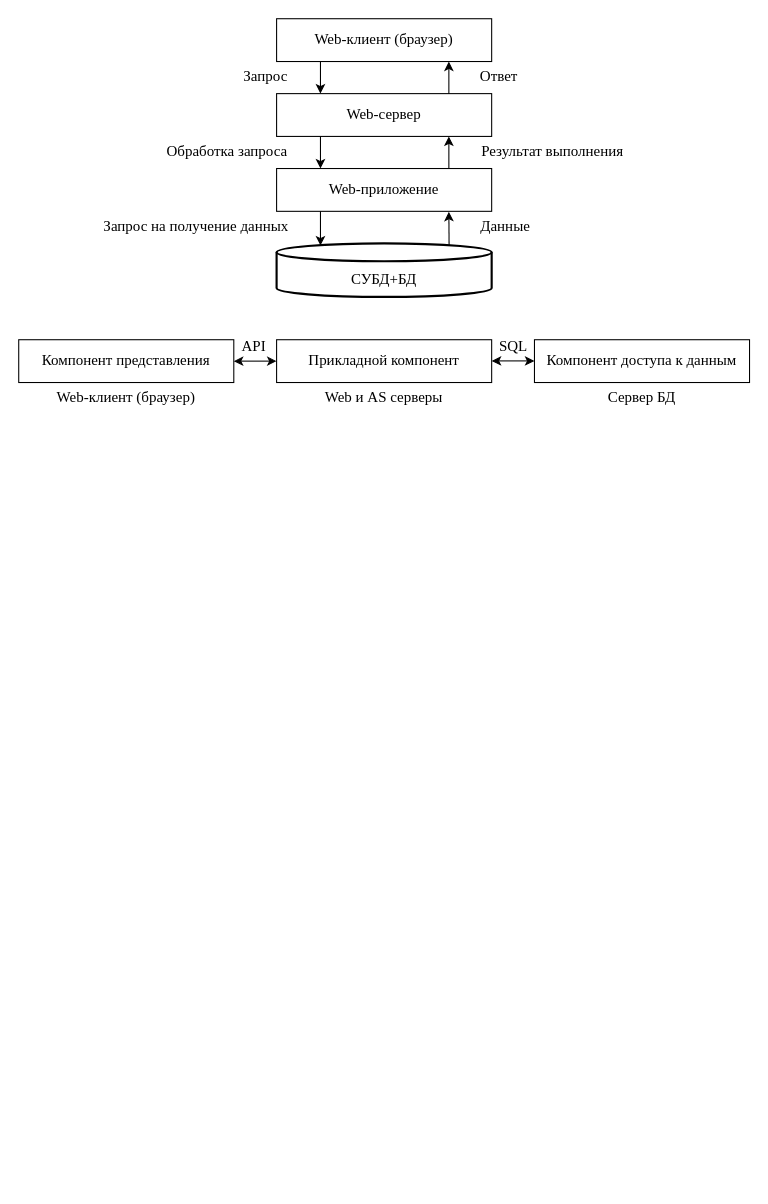
Earlier version of the draw.io diagram Diagrams/Structure.drawio (AlexandrM03/PoSCA-CW). Source tidied: cells renumbered, new cells numbered last; positions are measured from the earlier drawing's top-left corner, leaving out a move shared by most shapes. Both pictures are drawn from the tidied source at 107%, with x=0, y=0 at pixel (18, 18).
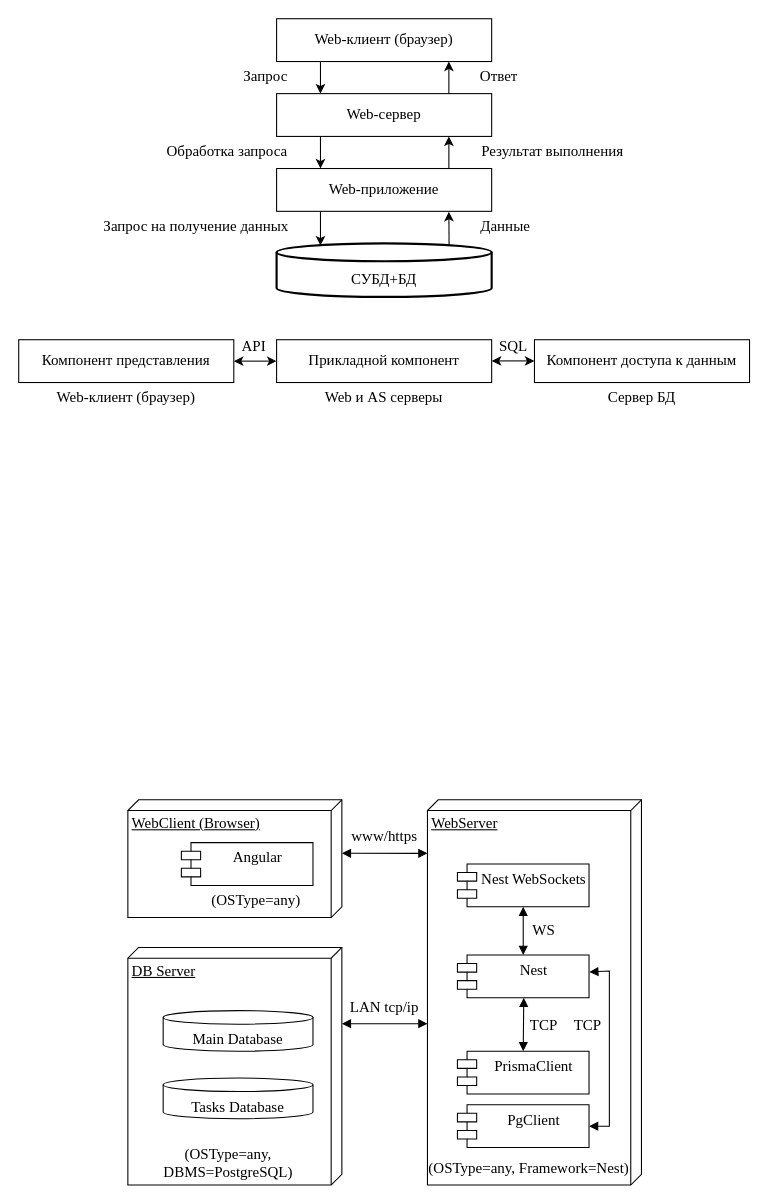
The same diagram, later.

The edit, as a diff of the source:
```diff
@@
+    <mxCell id="28" value="WebClient (Browser)" style="verticalAlign=top;align=left;spacingTop=8;spacingLeft=2;spacingRight=12;shape=cube;size=10;direction=south;fontStyle=4;html=1;whiteSpace=wrap;fontFamily=Times New Roman;fontSize=14;" parent="1" vertex="1">
+      <mxGeometry x="102" y="730" width="200" height="110" as="geometry" />
+    </mxCell>
+    <mxCell id="29" value="Angular" style="shape=module;align=left;spacingLeft=20;align=center;verticalAlign=top;whiteSpace=wrap;html=1;jettyWidth=18;jettyHeight=8;fontFamily=Times New Roman;fontSize=14;" parent="1" vertex="1">
+      <mxGeometry x="152" y="770" width="123" height="40" as="geometry" />
+    </mxCell>
+    <mxCell id="30" value="(OSType=any)" style="text;html=1;strokeColor=none;fillColor=none;align=center;verticalAlign=middle;whiteSpace=wrap;rounded=0;fontFamily=Times New Roman;fontSize=14;" parent="1" vertex="1">
+      <mxGeometry x="192" y="810" width="60" height="30" as="geometry" />
+    </mxCell>
+    <mxCell id="31" value="WebServer" style="verticalAlign=top;align=left;spacingTop=8;spacingLeft=2;spacingRight=12;shape=cube;size=10;direction=south;fontStyle=4;html=1;whiteSpace=wrap;fontFamily=Times New Roman;fontSize=14;" parent="1" vertex="1">
+      <mxGeometry x="382" y="730" width="200" height="360" as="geometry" />
+    </mxCell>
+    <mxCell id="32" value="Nest" style="shape=module;align=left;spacingLeft=20;align=center;verticalAlign=top;whiteSpace=wrap;html=1;jettyWidth=18;jettyHeight=8;fontFamily=Times New Roman;fontSize=14;" parent="1" vertex="1">
+      <mxGeometry x="410" y="875" width="123" height="40" as="geometry" />
+    </mxCell>
+    <mxCell id="33" value="Nest WebSockets" style="shape=module;align=left;spacingLeft=20;align=center;verticalAlign=top;whiteSpace=wrap;html=1;jettyWidth=18;jettyHeight=8;fontFamily=Times New Roman;fontSize=14;" parent="1" vertex="1">
+      <mxGeometry x="410" y="790" width="123" height="40" as="geometry" />
+    </mxCell>
+    <mxCell id="34" value="PrismaClient" style="shape=module;align=left;spacingLeft=20;align=center;verticalAlign=top;whiteSpace=wrap;html=1;jettyWidth=18;jettyHeight=8;fontFamily=Times New Roman;fontSize=14;" parent="1" vertex="1">
+      <mxGeometry x="410" y="965" width="123" height="40" as="geometry" />
+    </mxCell>
+    <mxCell id="35" value="PgClient" style="shape=module;align=left;spacingLeft=20;align=center;verticalAlign=top;whiteSpace=wrap;html=1;jettyWidth=18;jettyHeight=8;fontFamily=Times New Roman;fontSize=14;" parent="1" vertex="1">
+      <mxGeometry x="410" y="1015" width="123" height="40" as="geometry" />
+    </mxCell>
+    <mxCell id="36" style="endArrow=block;startArrow=block;endFill=1;startFill=1;html=1;rounded=0;exitX=0.5;exitY=1;exitDx=0;exitDy=0;entryX=0.5;entryY=0;entryDx=0;entryDy=0;fontFamily=Times New Roman;fontSize=14;" parent="1" edge="1" source="33" target="32">
+      <mxGeometry relative="1" as="geometry" />
+    </mxCell>
+    <mxCell id="37" value="WS" style="text;html=1;strokeColor=none;fillColor=none;align=center;verticalAlign=middle;whiteSpace=wrap;rounded=0;fontFamily=Times New Roman;fontSize=14;" parent="1" vertex="1">
+      <mxGeometry x="461" y="838" width="60" height="30" as="geometry" />
+    </mxCell>
+    <mxCell id="38" style="endArrow=block;startArrow=block;endFill=1;startFill=1;html=1;rounded=0;exitX=0.5;exitY=1;exitDx=0;exitDy=0;entryX=0.5;entryY=0;entryDx=0;entryDy=0;fontFamily=Times New Roman;fontSize=14;" parent="1" edge="1" target="34">
+      <mxGeometry relative="1" as="geometry">
+        <mxPoint x="472" y="915" as="sourcePoint" />
+      </mxGeometry>
+    </mxCell>
+    <mxCell id="39" value="TCP" style="text;html=1;strokeColor=none;fillColor=none;align=center;verticalAlign=middle;whiteSpace=wrap;rounded=0;fontFamily=Times New Roman;fontSize=14;" parent="1" vertex="1">
+      <mxGeometry x="461" y="927" width="60" height="30" as="geometry" />
+    </mxCell>
+    <mxCell id="40" style="endArrow=block;startArrow=block;endFill=1;startFill=1;html=1;rounded=0;exitX=1.002;exitY=0.397;exitDx=0;exitDy=0;entryX=1;entryY=0.5;entryDx=0;entryDy=0;fontFamily=Times New Roman;fontSize=14;exitPerimeter=0;" parent="1" edge="1" source="32" target="35">
+      <mxGeometry relative="1" as="geometry">
+        <Array as="points">
+          <mxPoint x="552" y="890" />
+          <mxPoint x="552" y="960" />
+          <mxPoint x="552" y="1035" />
+        </Array>
+      </mxGeometry>
+    </mxCell>
+    <mxCell id="41" value="TCP" style="text;html=1;strokeColor=none;fillColor=none;align=center;verticalAlign=middle;whiteSpace=wrap;rounded=0;fontFamily=Times New Roman;fontSize=14;" parent="1" vertex="1">
+      <mxGeometry x="502" y="927" width="60" height="30" as="geometry" />
+    </mxCell>
+    <mxCell id="42" value="DB Server" style="verticalAlign=top;align=left;spacingTop=8;spacingLeft=2;spacingRight=12;shape=cube;size=10;direction=south;fontStyle=4;html=1;whiteSpace=wrap;fontFamily=Times New Roman;fontSize=14;" parent="1" vertex="1">
+      <mxGeometry x="102" y="868" width="200" height="222" as="geometry" />
+    </mxCell>
+    <mxCell id="43" value="&lt;br&gt;Main Database" style="strokeWidth=1;html=1;shape=mxgraph.flowchart.database;whiteSpace=wrap;fontFamily=Times New Roman;fontSize=14;" parent="1" vertex="1">
+      <mxGeometry x="135" y="927" width="140" height="38" as="geometry" />
+    </mxCell>
+    <mxCell id="44" value="&lt;br&gt;Tasks Database" style="strokeWidth=1;html=1;shape=mxgraph.flowchart.database;whiteSpace=wrap;fontFamily=Times New Roman;fontSize=14;" parent="1" vertex="1">
+      <mxGeometry x="135" y="990" width="140" height="38" as="geometry" />
+    </mxCell>
+    <mxCell id="45" style="endArrow=block;startArrow=block;endFill=1;startFill=1;html=1;rounded=0;exitX=0;exitY=0;exitDx=50;exitDy=0;fontFamily=Times New Roman;fontSize=14;exitPerimeter=0;entryX=0.139;entryY=1;entryDx=0;entryDy=0;entryPerimeter=0;" parent="1" edge="1" source="28" target="31">
+      <mxGeometry relative="1" as="geometry" />
+    </mxCell>
+    <mxCell id="46" style="endArrow=block;startArrow=block;endFill=1;startFill=1;html=1;rounded=0;exitX=0;exitY=0;exitDx=50;exitDy=0;fontFamily=Times New Roman;fontSize=14;exitPerimeter=0;entryX=0.139;entryY=1;entryDx=0;entryDy=0;entryPerimeter=0;" parent="1" edge="1">
+      <mxGeometry relative="1" as="geometry">
+        <mxPoint x="302" y="939.2" as="sourcePoint" />
+        <mxPoint x="382" y="939.2" as="targetPoint" />
+      </mxGeometry>
+    </mxCell>
+    <mxCell id="47" value="(OSType=any, Framework=Nest)" style="text;html=1;strokeColor=none;fillColor=none;align=center;verticalAlign=middle;whiteSpace=wrap;rounded=0;fontFamily=Times New Roman;fontSize=14;" parent="1" vertex="1">
+      <mxGeometry x="382" y="1060" width="190" height="30" as="geometry" />
+    </mxCell>
+    <mxCell id="48" value="(OSType=any, DBMS=PostgreSQL)" style="text;html=1;strokeColor=none;fillColor=none;align=center;verticalAlign=middle;whiteSpace=wrap;rounded=0;fontFamily=Times New Roman;fontSize=14;" parent="1" vertex="1">
+      <mxGeometry x="101" y="1055" width="190" height="30" as="geometry" />
+    </mxCell>
+    <mxCell id="49" value="www/https" style="text;html=1;strokeColor=none;fillColor=none;align=center;verticalAlign=middle;whiteSpace=wrap;rounded=0;fontFamily=Times New Roman;fontSize=14;" parent="1" vertex="1">
+      <mxGeometry x="312" y="750" width="60" height="30" as="geometry" />
+    </mxCell>
+    <mxCell id="50" value="LAN tcp/ip" style="text;html=1;strokeColor=none;fillColor=none;align=center;verticalAlign=middle;whiteSpace=wrap;rounded=0;fontFamily=Times New Roman;fontSize=14;" parent="1" vertex="1">
+      <mxGeometry x="307" y="910" width="70" height="30" as="geometry" />
+    </mxCell>
```
